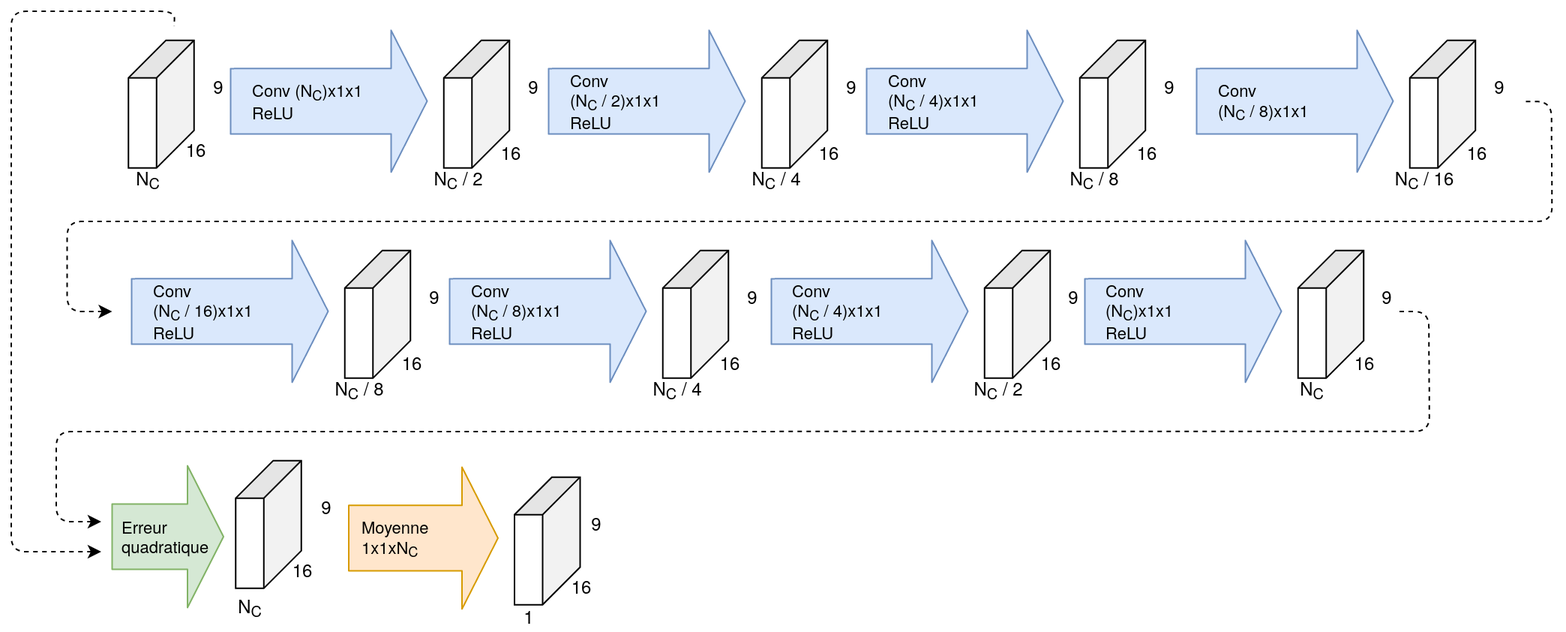
mamaheux/CuriousNetwork keeps this draw.io diagram as rapport/images/Architecture_FeatureAutoencoder.png. Above is the earlier version. Source tidied: cells renumbered, new cells last; positions are measured from the earlier drawing's top-left corner, leaving out a move shared by most shapes.
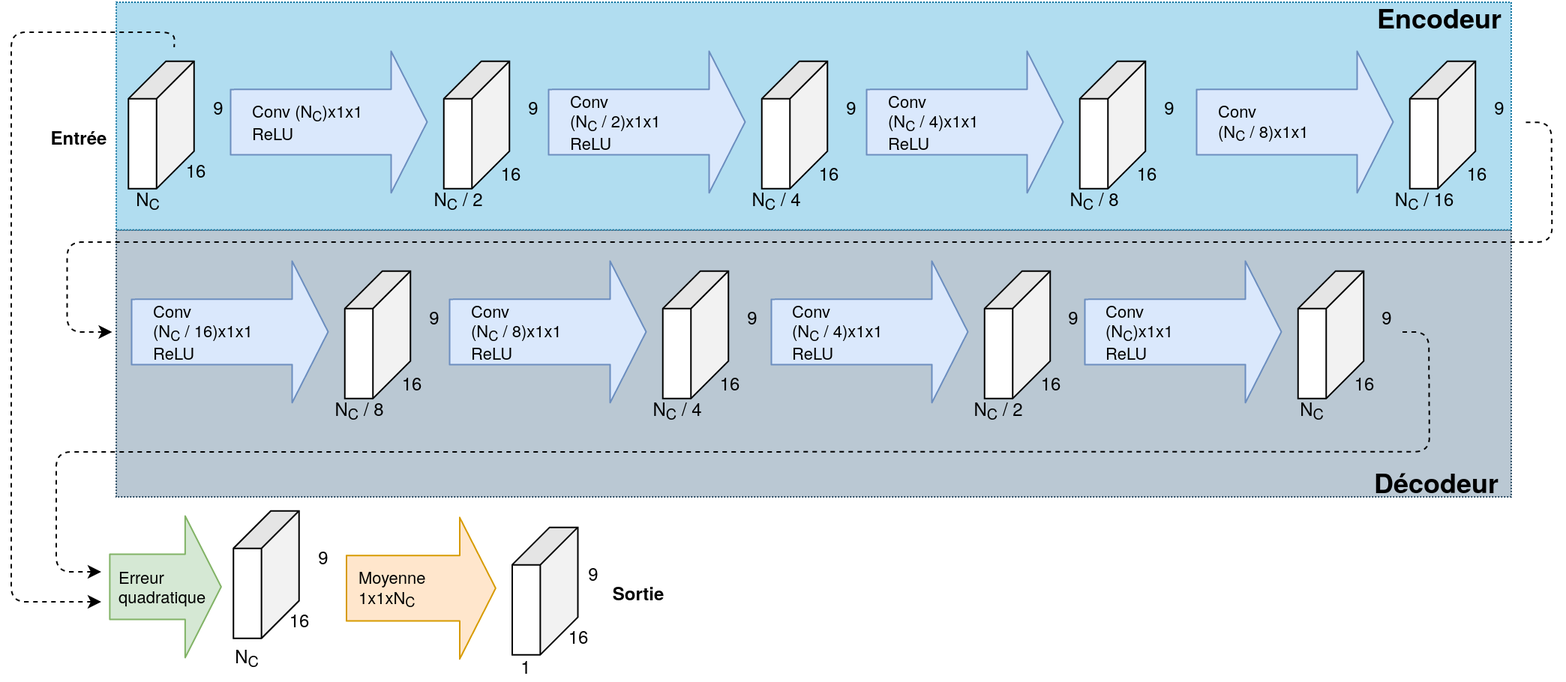
The same file after the commit.

The edit, as a diff of the source:
```diff
@@ -2,6 +2,12 @@
   <root>
     <mxCell id="0" />
     <mxCell id="1" parent="0" />
+    <mxCell id="59" style="rounded=0;whiteSpace=wrap;html=1;dashed=1;dashPattern=1 1;fillColor=#bac8d3;strokeColor=#23445d;" parent="1" vertex="1">
+      <mxGeometry x="70" y="131.9" width="930" height="178.1" as="geometry" />
+    </mxCell>
+    <mxCell id="60" style="rounded=0;whiteSpace=wrap;html=1;dashed=1;dashPattern=1 1;fillColor=#b1ddf0;strokeColor=#10739e;" parent="1" vertex="1">
+      <mxGeometry x="70" y="-20" width="930" height="151.9" as="geometry" />
+    </mxCell>
     <mxCell id="2" style="shape=cube;whiteSpace=wrap;html=1;boundedLbl=1;backgroundOutline=1;darkOpacity=0.05;darkOpacity2=0.1;size=25;rotation=90;" parent="1" vertex="1">
       <mxGeometry x="57.5" y="40" width="85" height="43.8" as="geometry" />
     </mxCell>
@@ -172,43 +178,43 @@
     </mxCell>
     <mxCell id="47" value="&lt;div&gt;Erreur&lt;/div&gt;&lt;div&gt;quadratique&lt;/div&gt;" style="shape=flexArrow;endArrow=classic;html=1;width=43.61111111111111;endSize=7.666666666666667;endWidth=49.83024691358025;labelPosition=left;verticalLabelPosition=middle;align=left;verticalAlign=middle;fillColor=#d5e8d4;strokeColor=#82b366;labelBackgroundColor=none;" parent="1" edge="1">
       <mxGeometry x="-0.86" relative="1" as="geometry">
-        <mxPoint x="66.8" y="350" as="sourcePoint" />
-        <mxPoint x="142" y="350" as="targetPoint" />
+        <mxPoint x="65.2" y="370" as="sourcePoint" />
+        <mxPoint x="140.4" y="370" as="targetPoint" />
       </mxGeometry>
     </mxCell>
     <mxCell id="48" style="shape=cube;whiteSpace=wrap;html=1;boundedLbl=1;backgroundOutline=1;darkOpacity=0.05;darkOpacity2=0.1;size=25;rotation=90;" parent="1" vertex="1">
-      <mxGeometry x="129" y="320" width="85" height="43.8" as="geometry" />
+      <mxGeometry x="127.4" y="340" width="85" height="43.8" as="geometry" />
     </mxCell>
     <mxCell id="49" value="9" style="text;html=1;align=center;verticalAlign=middle;" parent="1" vertex="1">
-      <mxGeometry x="199.5" y="320" width="20" height="20" as="geometry" />
+      <mxGeometry x="197.9" y="340" width="20" height="20" as="geometry" />
     </mxCell>
     <mxCell id="50" value="16" style="text;html=1;align=center;verticalAlign=middle;" parent="1" vertex="1">
-      <mxGeometry x="179" y="361.9" width="30" height="20" as="geometry" />
+      <mxGeometry x="177.4" y="381.9" width="30" height="20" as="geometry" />
     </mxCell>
     <mxCell id="51" value="Moyenne&lt;div&gt;1x1xN&lt;sub&gt;C&lt;/sub&gt;&lt;/div&gt;" style="shape=flexArrow;endArrow=classic;html=1;width=43.61111111111111;endSize=7.666666666666667;endWidth=49.83024691358025;labelPosition=left;verticalLabelPosition=middle;align=left;verticalAlign=middle;fillColor=#ffe6cc;strokeColor=#d79b00;labelBackgroundColor=none;" parent="1" edge="1">
       <mxGeometry x="-0.86" relative="1" as="geometry">
-        <mxPoint x="224.5" y="350.9" as="sourcePoint" />
-        <mxPoint x="325" y="350.9" as="targetPoint" />
+        <mxPoint x="222.9" y="370.9" as="sourcePoint" />
+        <mxPoint x="323.4" y="370.9" as="targetPoint" />
       </mxGeometry>
     </mxCell>
     <mxCell id="52" style="shape=cube;whiteSpace=wrap;html=1;boundedLbl=1;backgroundOutline=1;darkOpacity=0.05;darkOpacity2=0.1;size=25;rotation=90;" parent="1" vertex="1">
-      <mxGeometry x="314.9" y="330.9" width="85" height="43.8" as="geometry" />
+      <mxGeometry x="313.3" y="350.9" width="85" height="43.8" as="geometry" />
     </mxCell>
     <mxCell id="53" value="1" style="text;html=1;align=center;verticalAlign=middle;" parent="1" vertex="1">
-      <mxGeometry x="334.9" y="392.8" width="20" height="20" as="geometry" />
+      <mxGeometry x="333.3" y="412.8" width="20" height="20" as="geometry" />
     </mxCell>
     <mxCell id="54" value="9" style="text;html=1;align=center;verticalAlign=middle;" parent="1" vertex="1">
-      <mxGeometry x="379.9" y="330.9" width="20" height="20" as="geometry" />
+      <mxGeometry x="378.3" y="350.9" width="20" height="20" as="geometry" />
     </mxCell>
     <mxCell id="55" value="16" style="text;html=1;align=center;verticalAlign=middle;" parent="1" vertex="1">
-      <mxGeometry x="364.9" y="372.8" width="30" height="20" as="geometry" />
+      <mxGeometry x="363.3" y="392.8" width="30" height="20" as="geometry" />
     </mxCell>
     <mxCell id="56" style="endArrow=none;dashed=1;html=1;align=center;endFill=0;startArrow=classic;startFill=1;" parent="1" edge="1">
       <mxGeometry relative="1" as="geometry">
-        <mxPoint x="60" y="340" as="sourcePoint" />
+        <mxPoint x="60" y="360" as="sourcePoint" />
         <mxPoint x="925" y="200" as="targetPoint" />
         <Array as="points">
-          <mxPoint x="30" y="340" />
+          <mxPoint x="30" y="360" />
           <mxPoint x="30" y="280" />
           <mxPoint x="945.5" y="279.9" />
           <mxPoint x="945" y="200" />
@@ -216,18 +222,30 @@
       </mxGeometry>
     </mxCell>
     <mxCell id="57" value="N&lt;sub&gt;C&lt;/sub&gt;" style="text;html=1;align=center;verticalAlign=middle;" parent="1" vertex="1">
-      <mxGeometry x="144" y="386.9" width="30" height="20" as="geometry" />
+      <mxGeometry x="142.4" y="406.9" width="30" height="20" as="geometry" />
     </mxCell>
     <mxCell id="58" style="endArrow=none;dashed=1;html=1;align=center;endFill=0;startArrow=classic;startFill=1;" parent="1" edge="1">
       <mxGeometry relative="1" as="geometry">
-        <mxPoint x="60" y="360" as="sourcePoint" />
+        <mxPoint x="60" y="380" as="sourcePoint" />
         <mxPoint x="108.6" y="10" as="targetPoint" />
         <Array as="points">
-          <mxPoint y="360" />
+          <mxPoint y="380" />
           <mxPoint />
           <mxPoint x="109" />
         </Array>
       </mxGeometry>
     </mxCell>
+    <mxCell id="61" value="&lt;b&gt;&lt;font style=&quot;font-size: 18px&quot;&gt;Encodeur&lt;/font&gt;&lt;/b&gt;" style="text;html=1;align=center;verticalAlign=middle;" parent="1" vertex="1">
+      <mxGeometry x="901.8" y="-20" width="100" height="20" as="geometry" />
+    </mxCell>
+    <mxCell id="62" value="&lt;b&gt;&lt;font style=&quot;font-size: 18px&quot;&gt;Décodeur&lt;/font&gt;&lt;/b&gt;" style="text;html=1;align=center;verticalAlign=middle;" parent="1" vertex="1">
+      <mxGeometry x="900" y="290" width="100" height="20" as="geometry" />
+    </mxCell>
+    <mxCell id="63" value="&lt;b&gt;Entrée&lt;/b&gt;" style="text;html=1;align=center;verticalAlign=middle;" parent="1" vertex="1">
+      <mxGeometry x="20" y="60" width="50" height="20" as="geometry" />
+    </mxCell>
+    <mxCell id="64" value="&lt;b&gt;Sortie&lt;/b&gt;" style="text;html=1;align=center;verticalAlign=middle;" parent="1" vertex="1">
+      <mxGeometry x="393.3" y="363.8" width="50" height="20" as="geometry" />
+    </mxCell>
   </root>
 </mxGraphModel>
```
